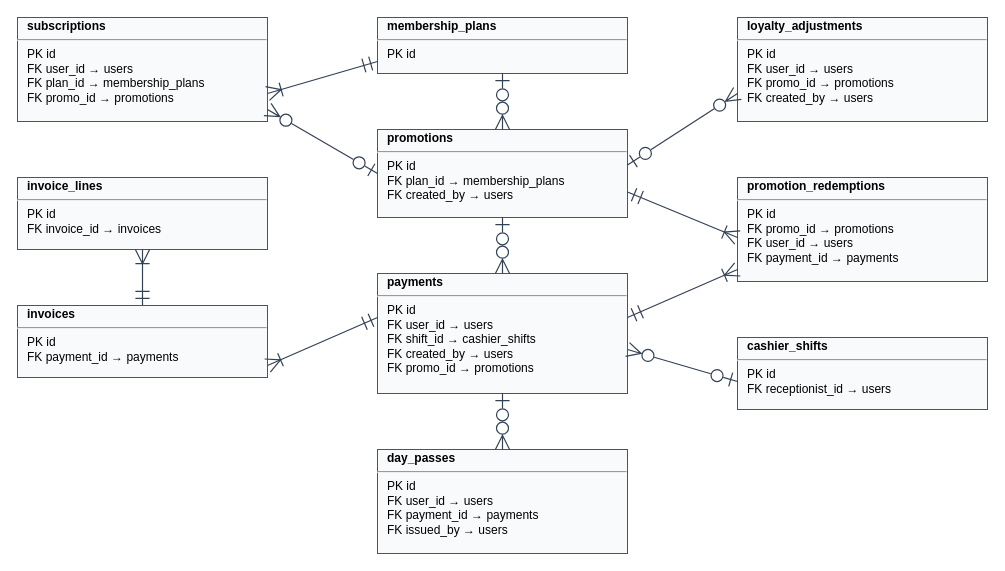
This is docs/diagrams/srs/33-erd-logical-3-payments.drawio from facingshootingstar/Arena3, a draw.io file, before an edit. Source tidied: cells renumbered, new cells numbered last; positions are measured from the earlier drawing's top-left corner, leaving out a move shared by most shapes. Both pictures are drawn from the tidied source at 100%, with x=0, y=0 at pixel (17, 17).
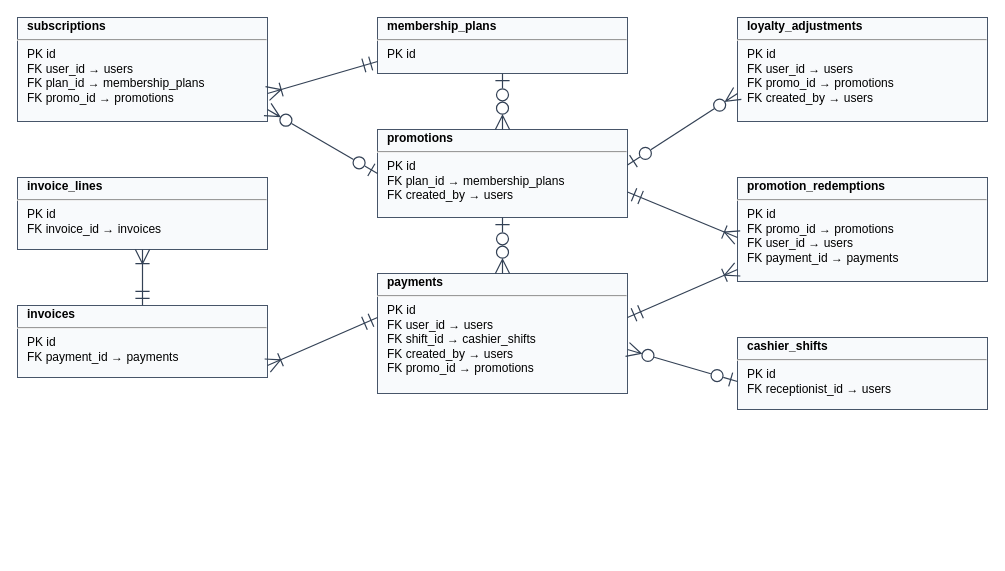
Above is the later version.

The change refers to these unchanged cells:
```xml
<mxCell id="3" value="&lt;div style=&quot;padding:2px 10px 0 10px&quot;&gt;&lt;b&gt;payments&lt;/b&gt;&lt;/div&gt;&lt;hr&gt;&lt;div style=&quot;padding:0 10px&quot;&gt;PK id&lt;br&gt;FK user_id → users&lt;br&gt;FK shift_id → cashier_shifts&lt;br&gt;FK created_by → users&lt;br&gt;FK promo_id → promotions&lt;/div&gt;" style="verticalAlign=top;align=left;overflow=fill;fontSize=12;fontFamily=Helvetica;html=1;whiteSpace=wrap;fillColor=#f8fafc;strokeColor=#475569;spacingLeft=6;" parent="1" vertex="1">
  <mxGeometry x="360" y="256" width="250" height="120" as="geometry" />
</mxCell>
```

The edit, as a diff of the source:
```diff
@@
-    <mxCell id="10" value="&lt;div style=&quot;padding:2px 10px 0 10px&quot;&gt;&lt;b&gt;day_passes&lt;/b&gt;&lt;/div&gt;&lt;hr&gt;&lt;div style=&quot;padding:0 10px&quot;&gt;PK id&lt;br&gt;FK user_id → users&lt;br&gt;FK payment_id → payments&lt;br&gt;FK issued_by → users&lt;/div&gt;" style="verticalAlign=top;align=left;overflow=fill;fontSize=12;fontFamily=Helvetica;html=1;whiteSpace=wrap;fillColor=#f8fafc;strokeColor=#475569;spacingLeft=6;" parent="1" vertex="1">
-      <mxGeometry x="360" y="432" width="250" height="104" as="geometry" />
-    </mxCell>
@@
-    <mxCell id="21" style="html=1;rounded=0;edgeStyle=none;strokeColor=#334155;strokeWidth=1.2;endSize=12;startSize=12;startArrow=ERzeroToMany;endArrow=ERzeroToOne;startFill=0;endFill=0;exitX=0.5000;exitY=0.0000;exitDx=0;exitDy=0;exitPerimeter=0;entryX=0.5000;entryY=1.0000;entryDx=0;entryDy=0;entryPerimeter=0;" parent="1" edge="1" source="10" target="3">
-      <mxGeometry relative="1" as="geometry" />
-    </mxCell>
```
